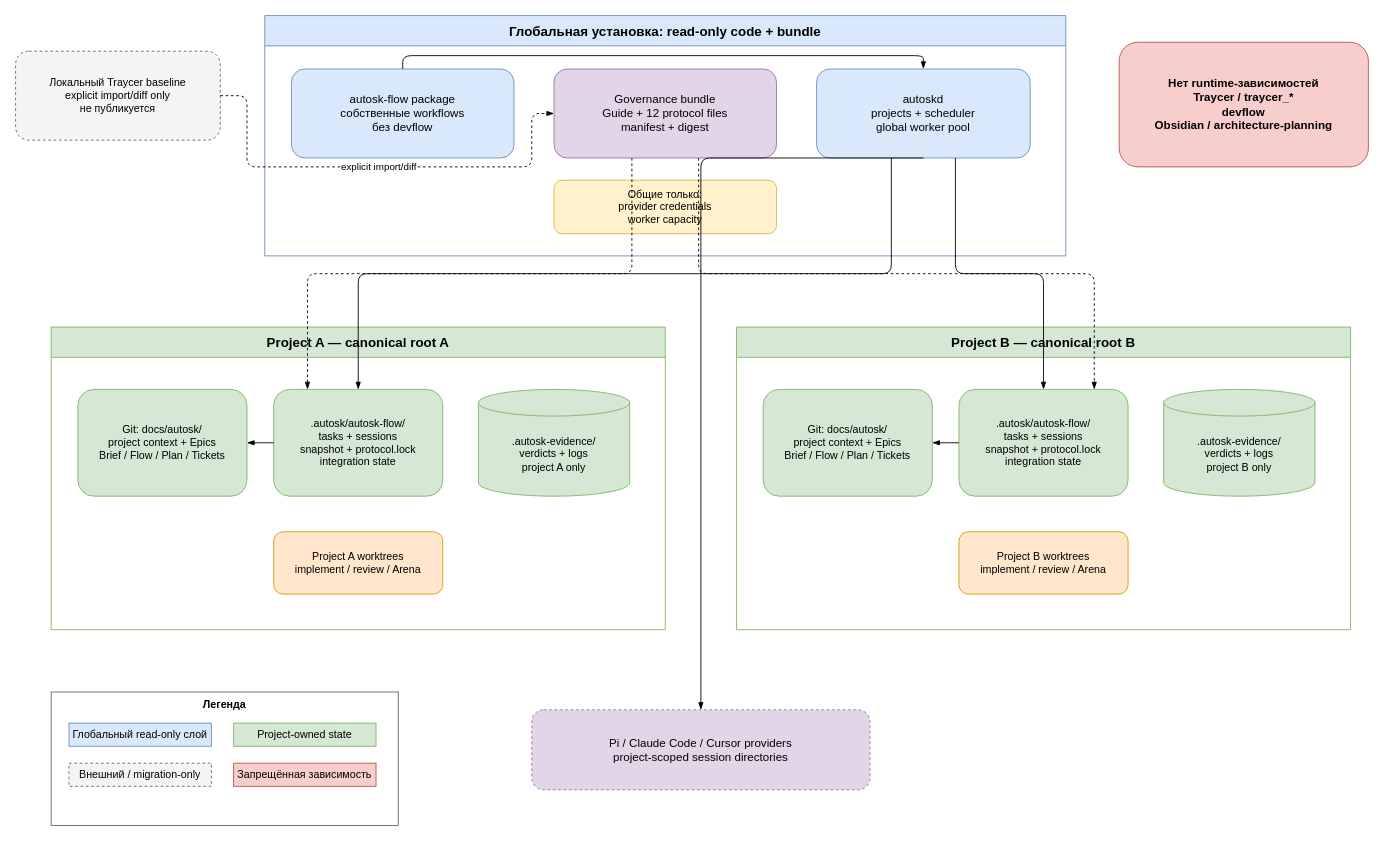
Valeron2206/autosk-traycer-flow keeps this draw.io diagram as page "Multi-project architecture" (2 of 2) of diagrams/autosk-flow.drawio. Above is the earlier version. Source tidied: cells renumbered, new cells numbered last; positions are measured from the earlier drawing's top-left corner, leaving out a move shared by most shapes. Both pictures are drawn from the tidied source at 89%, with x=0, y=0 at pixel (15, 15).
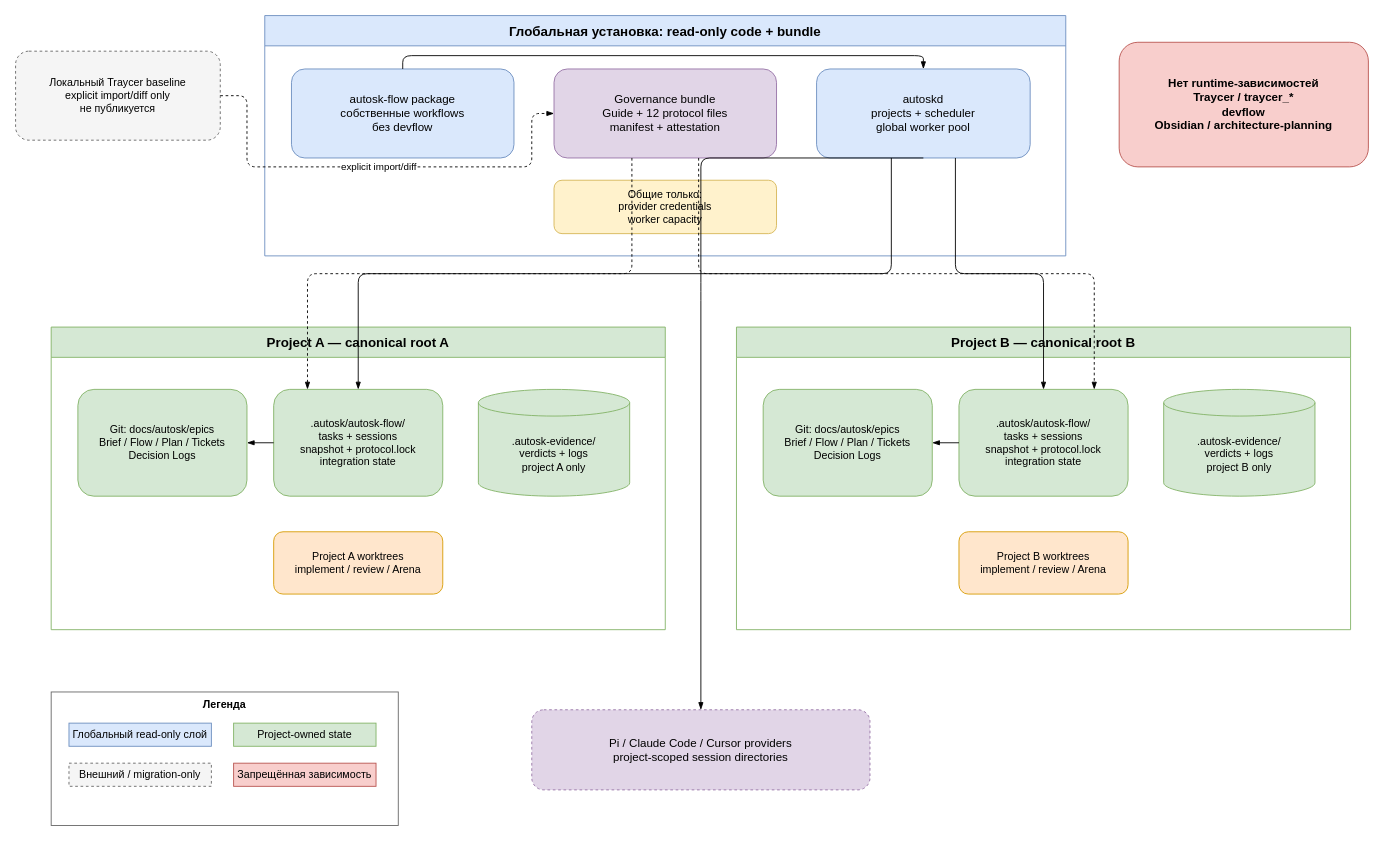
The same diagram, later.

The change refers to these unchanged cells:
```xml
<mxCell id="2" value="Глобальная установка: read-only code + bundle" style="swimlane;startSize=34;html=1;whiteSpace=wrap;fillColor=#dae8fc;strokeColor=#6c8ebf;fontStyle=1;fontSize=15;" parent="1" vertex="1">
  <mxGeometry x="280" width="900" height="270" as="geometry" />
</mxCell>
<mxCell id="9" value="Project A — canonical root A" style="swimlane;startSize=34;html=1;whiteSpace=wrap;fillColor=#d5e8d4;strokeColor=#82b366;fontStyle=1;fontSize=15;" parent="1" vertex="1">
  <mxGeometry x="40" y="350" width="690" height="340" as="geometry" />
</mxCell>
<mxCell id="14" value="Project B — canonical root B" style="swimlane;startSize=34;html=1;whiteSpace=wrap;fillColor=#d5e8d4;strokeColor=#82b366;fontStyle=1;fontSize=15;" parent="1" vertex="1">
  <mxGeometry x="810" y="350" width="690" height="340" as="geometry" />
</mxCell>
```

Change to the diagram source:
```diff
@@
-    <mxCell id="4" value="Governance bundle&#10;Guide + 12 protocol files&#10;manifest + digest" style="rounded=1;whiteSpace=wrap;html=1;fillColor=#e1d5e7;strokeColor=#9673a6;fontSize=13;" parent="2" vertex="1">
+    <mxCell id="4" value="Governance bundle&#10;Guide + 12 protocol files&#10;manifest + attestation" style="rounded=1;whiteSpace=wrap;html=1;fillColor=#e1d5e7;strokeColor=#9673a6;fontSize=13;" parent="2" vertex="1">
       <mxGeometry x="325" y="60" width="250" height="100" as="geometry" />
     </mxCell>
@@
-    <mxCell id="10" value="Git: docs/autosk/&#10;project context + Epics&#10;Brief / Flow / Plan / Tickets" style="rounded=1;whiteSpace=wrap;html=1;fillColor=#d5e8d4;strokeColor=#82b366;fontSize=12;" parent="9" vertex="1">
+    <mxCell id="10" value="Git: docs/autosk/epics&#10;Brief / Flow / Plan / Tickets&#10;Decision Logs" style="rounded=1;whiteSpace=wrap;html=1;fillColor=#d5e8d4;strokeColor=#82b366;fontSize=12;" parent="9" vertex="1">
       <mxGeometry x="30" y="70" width="190" height="120" as="geometry" />
     </mxCell>
@@
-    <mxCell id="15" value="Git: docs/autosk/&#10;project context + Epics&#10;Brief / Flow / Plan / Tickets" style="rounded=1;whiteSpace=wrap;html=1;fillColor=#d5e8d4;strokeColor=#82b366;fontSize=12;" parent="14" vertex="1">
+    <mxCell id="15" value="Git: docs/autosk/epics&#10;Brief / Flow / Plan / Tickets&#10;Decision Logs" style="rounded=1;whiteSpace=wrap;html=1;fillColor=#d5e8d4;strokeColor=#82b366;fontSize=12;" parent="14" vertex="1">
       <mxGeometry x="30" y="70" width="190" height="120" as="geometry" />
     </mxCell>
```
